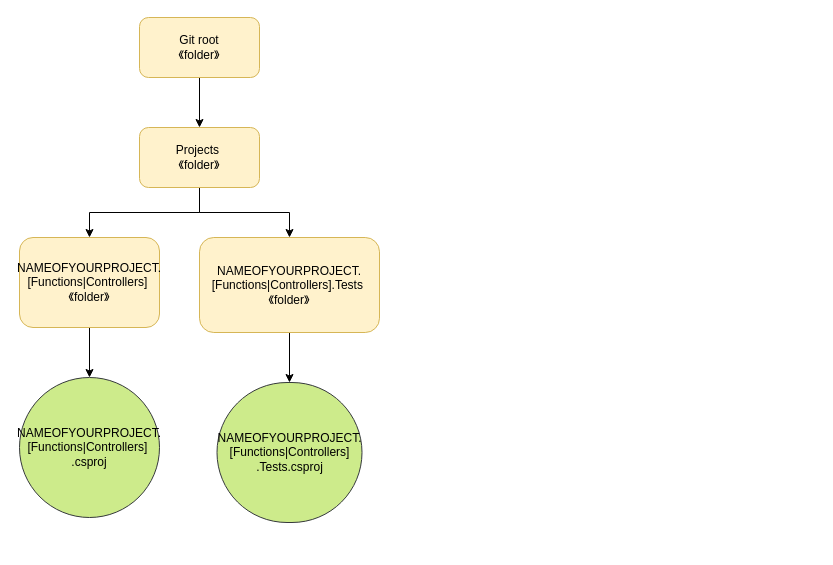
mhmast/hipsterheatmap keeps this draw.io diagram as Untitled Diagram.drawio. Above is the earlier version. Source tidied: cells renumbered, new cells numbered last; positions are measured from the earlier drawing's top-left corner, leaving out a move shared by most shapes. Both pictures are drawn from the tidied source at 100%, with x=0, y=0 at pixel (19, 17).
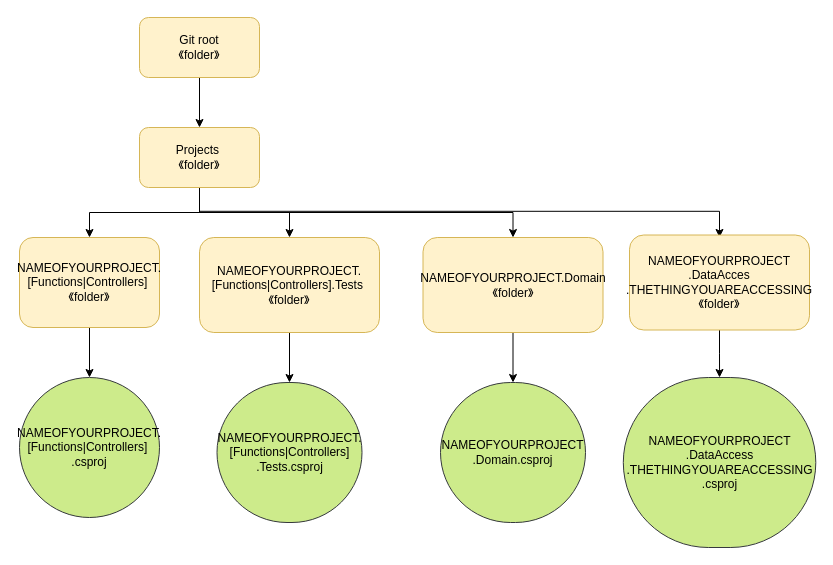
Above is the later version.

Unchanged cells that the change refers to:
```xml
<mxCell id="6" value="Projects&amp;nbsp;&lt;br&gt;《folder》" style="rounded=1;whiteSpace=wrap;html=1;fillColor=#fff2cc;strokeColor=#d6b656;" parent="1" vertex="1">
  <mxGeometry x="120" y="110" width="120" height="60" as="geometry" />
</mxCell>
```

What changed in the source:
```diff
@@
+    <mxCell id="13" style="edgeStyle=orthogonalEdgeStyle;rounded=0;jettySize=auto;html=1;entryX=0.5;entryY=0;entryDx=0;entryDy=0;exitX=0.5;exitY=1;exitDx=0;exitDy=0;" parent="1" edge="1" source="6" target="16">
+      <mxGeometry relative="1" as="geometry" />
+    </mxCell>
+    <mxCell id="14" style="edgeStyle=orthogonalEdgeStyle;rounded=0;jettySize=auto;html=1;entryX=0.5;entryY=0.026;entryDx=0;entryDy=0;entryPerimeter=0;exitX=0.5;exitY=1;exitDx=0;exitDy=0;" parent="1" edge="1" source="6" target="19">
+      <mxGeometry relative="1" as="geometry" />
+    </mxCell>
@@
+    <mxCell id="15" style="edgeStyle=orthogonalEdgeStyle;rounded=0;jettySize=auto;html=1;entryX=0.5;entryY=0;entryDx=0;entryDy=0;" parent="1" edge="1" source="16" target="17">
+      <mxGeometry relative="1" as="geometry" />
+    </mxCell>
+    <mxCell id="16" value="NAMEOFYOURPROJECT.Domain&lt;br&gt;《folder》" style="rounded=1;whiteSpace=wrap;html=1;fillColor=#fff2cc;strokeColor=#d6b656;comic=0;" parent="1" vertex="1">
+      <mxGeometry x="403.5" y="220" width="180" height="95" as="geometry" />
+    </mxCell>
+    <mxCell id="17" value="NAMEOFYOURPROJECT&lt;br&gt;.Domain.csproj" style="rounded=1;whiteSpace=wrap;html=1;fillColor=#cdeb8b;strokeColor=#36393d;comic=0;arcSize=50;" parent="1" vertex="1">
+      <mxGeometry x="421" y="365" width="145" height="140" as="geometry" />
+    </mxCell>
+    <mxCell id="18" style="edgeStyle=orthogonalEdgeStyle;rounded=0;jettySize=auto;html=1;entryX=0.5;entryY=0;entryDx=0;entryDy=0;" parent="1" edge="1" source="19" target="20">
+      <mxGeometry relative="1" as="geometry" />
+    </mxCell>
+    <mxCell id="19" value="NAMEOFYOURPROJECT&lt;br&gt;.DataAcces&lt;br&gt;.THETHINGYOUAREACCESSING&lt;br&gt;《folder》" style="rounded=1;whiteSpace=wrap;html=1;fillColor=#fff2cc;strokeColor=#d6b656;comic=0;" parent="1" vertex="1">
+      <mxGeometry x="610" y="217.5" width="180" height="95" as="geometry" />
+    </mxCell>
+    <mxCell id="20" value="NAMEOFYOURPROJECT&lt;br&gt;.DataAccess&lt;br&gt;.THETHINGYOUAREACCESSING&lt;br&gt;.csproj" style="rounded=1;whiteSpace=wrap;html=1;fillColor=#cdeb8b;strokeColor=#36393d;comic=0;arcSize=50;" parent="1" vertex="1">
+      <mxGeometry x="603.8" y="360" width="192.5" height="170" as="geometry" />
+    </mxCell>
```
